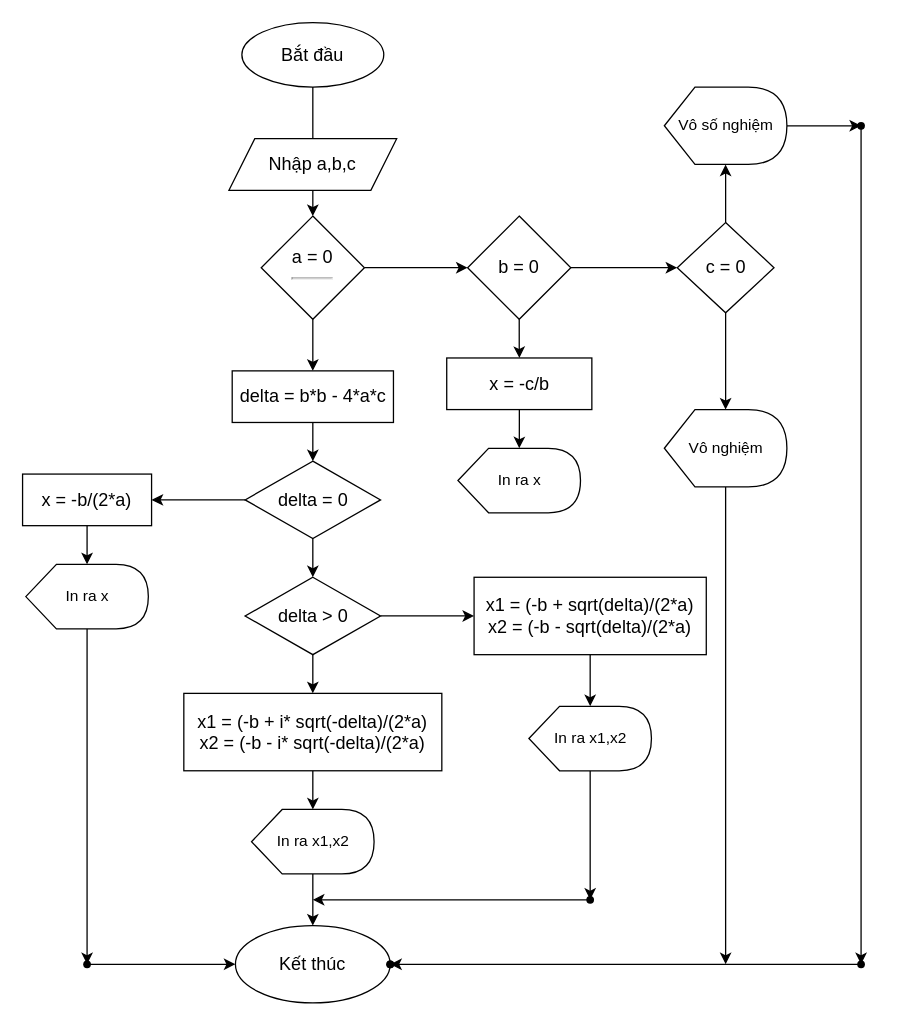
This is Untitled Diagram.drawio from hdtr23/hdtr0, a draw.io file, before an edit. Source tidied: cells renumbered, new cells numbered last; positions are measured from the earlier drawing's top-left corner, leaving out a move shared by most shapes. Both pictures are drawn from the tidied source at 129%, with x=0, y=0 at pixel (22, 22).
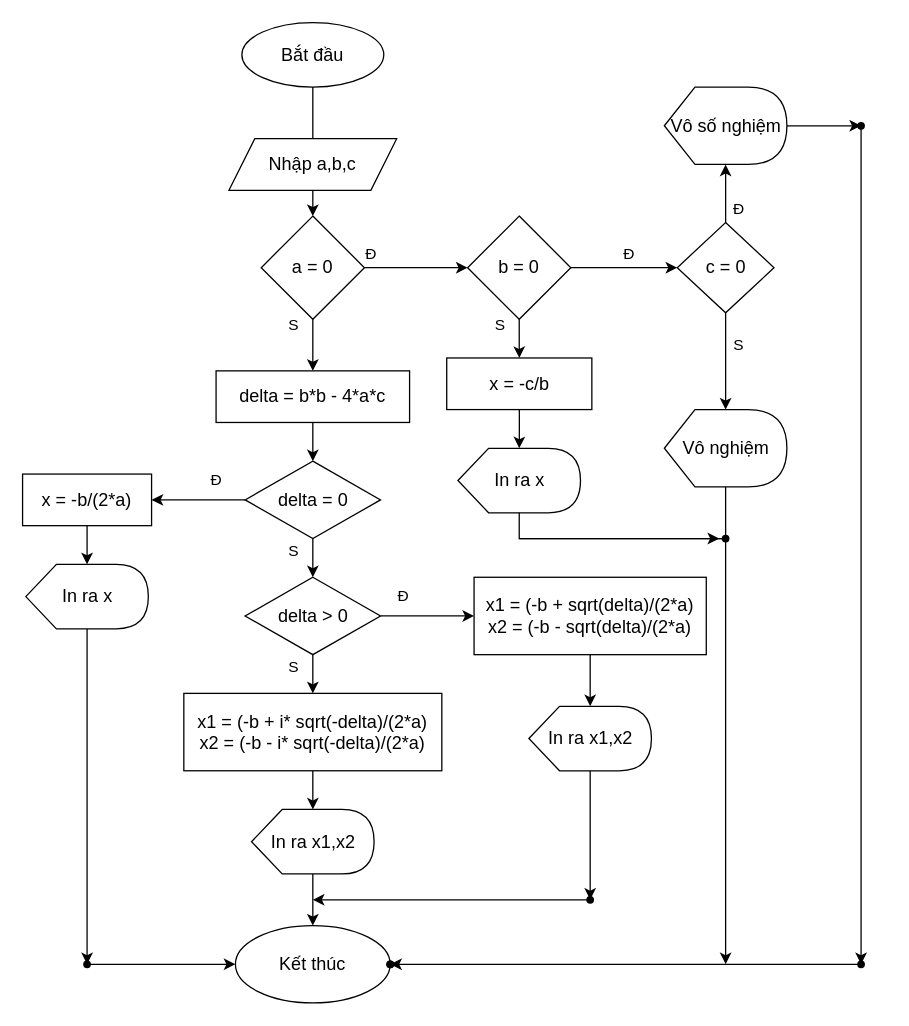
The same page after the edit.

Diff of the diagram source:
```diff
@@
-    <mxCell id="7" value="a = 0&lt;hr id=&quot;null&quot;&gt;" style="rhombus;whiteSpace=wrap;html=1;fontSize=14;" parent="1" vertex="1">
+    <mxCell id="7" value="a = 0" style="rhombus;whiteSpace=wrap;html=1;fontSize=14;" parent="1" vertex="1">
       <mxGeometry x="185" y="150" width="80" height="80" as="geometry" />
     </mxCell>
@@
-    <mxCell id="15" value="Vô số nghiệm" style="shape=display;whiteSpace=wrap;html=1;" parent="1" vertex="1">
+    <mxCell id="15" value="&lt;font style=&quot;font-size: 14px&quot;&gt;Vô số nghiệm&lt;/font&gt;" style="shape=display;whiteSpace=wrap;html=1;" parent="1" vertex="1">
       <mxGeometry x="497.5" y="50" width="95" height="60" as="geometry" />
     </mxCell>
@@
-    <mxCell id="17" style="edgeStyle=orthogonalEdgeStyle;rounded=1;jettySize=auto;html=1;fontSize=14;" parent="1" edge="1" source="18">
+    <mxCell id="17" style="edgeStyle=orthogonalEdgeStyle;rounded=1;jettySize=auto;html=1;fontSize=14;startArrow=none;" parent="1" edge="1" source="55">
       <mxGeometry relative="1" as="geometry">
         <mxPoint x="545" y="730" as="targetPoint" />
       </mxGeometry>
     </mxCell>
-    <mxCell id="18" value="Vô nghiệm" style="shape=display;whiteSpace=wrap;html=1;" parent="1" vertex="1">
+    <mxCell id="18" value="&lt;font style=&quot;font-size: 14px&quot;&gt;Vô nghiệm&lt;/font&gt;" style="shape=display;whiteSpace=wrap;html=1;" parent="1" vertex="1">
       <mxGeometry x="497.5" y="300" width="95" height="60" as="geometry" />
     </mxCell>
@@
     <mxCell id="22" value="delta = b*b - 4*a*c" style="whiteSpace=wrap;html=1;fontSize=14;" parent="1" vertex="1">
-      <mxGeometry x="162.5" y="270" width="125" height="40" as="geometry" />
+      <mxGeometry x="150" y="270" width="150" height="40" as="geometry" />
     </mxCell>
@@
+    <mxCell id="53" style="edgeStyle=orthogonalEdgeStyle;rounded=0;jettySize=auto;html=1;fontSize=14;startArrow=none;" parent="1" edge="1" source="55">
+      <mxGeometry relative="1" as="geometry">
+        <mxPoint x="540" y="400" as="targetPoint" />
+        <Array as="points">
+          <mxPoint x="385" y="400" />
+        </Array>
+      </mxGeometry>
+    </mxCell>
-    <mxCell id="29" value="In ra x" style="shape=display;whiteSpace=wrap;html=1;" parent="1" vertex="1">
+    <mxCell id="29" value="&lt;font style=&quot;font-size: 14px&quot;&gt;In ra x&lt;/font&gt;" style="shape=display;whiteSpace=wrap;html=1;" parent="1" vertex="1">
       <mxGeometry x="337.5" y="330" width="95" height="50" as="geometry" />
     </mxCell>
@@
-    <mxCell id="33" value="In ra x" style="shape=display;whiteSpace=wrap;html=1;" parent="1" vertex="1">
+    <mxCell id="33" value="&lt;font style=&quot;font-size: 14px&quot;&gt;In ra x&lt;/font&gt;" style="shape=display;whiteSpace=wrap;html=1;" parent="1" vertex="1">
       <mxGeometry x="2.5" y="420" width="95" height="50" as="geometry" />
     </mxCell>
@@
-    <mxCell id="37" value="In ra x1,x2" style="shape=display;whiteSpace=wrap;html=1;" parent="1" vertex="1">
+    <mxCell id="37" value="&lt;font style=&quot;font-size: 14px&quot;&gt;In ra x1,x2&lt;/font&gt;" style="shape=display;whiteSpace=wrap;html=1;" parent="1" vertex="1">
       <mxGeometry x="392.5" y="530" width="95" height="50" as="geometry" />
     </mxCell>
@@
-    <mxCell id="41" value="In ra x1,x2" style="shape=display;whiteSpace=wrap;html=1;" parent="1" vertex="1">
+    <mxCell id="41" value="&lt;font style=&quot;font-size: 14px&quot;&gt;In ra x1,x2&lt;/font&gt;" style="shape=display;whiteSpace=wrap;html=1;" parent="1" vertex="1">
       <mxGeometry x="177.5" y="610" width="95" height="50" as="geometry" />
     </mxCell>
@@
+    <mxCell id="54" style="edgeStyle=orthogonalEdgeStyle;rounded=1;jettySize=auto;html=1;fontSize=14;endArrow=none;entryX=0.375;entryY=0.5;entryDx=0;entryDy=0;entryPerimeter=0;" parent="1" edge="1" source="18" target="55">
+      <mxGeometry relative="1" as="geometry" />
+    </mxCell>
+    <mxCell id="55" style="shape=waypoint;sketch=0;size=6;points=[];fillColor=none;perimeter=centerPerimeter;snapToPoint=1;fontSize=14;" parent="1" vertex="1">
+      <mxGeometry x="525" y="380" width="40" height="40" as="geometry" />
+    </mxCell>
+    <mxCell id="56" style="edgeStyle=orthogonalEdgeStyle;rounded=0;jettySize=auto;html=1;fontSize=14;endArrow=none;" parent="1" edge="1" source="29" target="55">
+      <mxGeometry relative="1" as="geometry">
+        <Array as="points">
+          <mxPoint x="385" y="400" />
+        </Array>
+      </mxGeometry>
+    </mxCell>
+    <mxCell id="57" value="Đ" style="text;html=1;align=center;verticalAlign=middle;strokeColor=none;fillColor=none;" parent="1" vertex="1">
+      <mxGeometry x="260" y="170" width="20" height="20" as="geometry" />
+    </mxCell>
+    <mxCell id="58" value="S" style="text;html=1;align=center;verticalAlign=middle;strokeColor=none;fillColor=none;" parent="1" vertex="1">
+      <mxGeometry x="200" y="225" width="20" height="20" as="geometry" />
+    </mxCell>
+    <mxCell id="59" value="S" style="text;html=1;align=center;verticalAlign=middle;strokeColor=none;fillColor=none;" parent="1" vertex="1">
+      <mxGeometry x="360" y="225" width="20" height="20" as="geometry" />
+    </mxCell>
+    <mxCell id="60" value="Đ" style="text;html=1;align=center;verticalAlign=middle;strokeColor=none;fillColor=none;" parent="1" vertex="1">
+      <mxGeometry x="460" y="170" width="20" height="20" as="geometry" />
+    </mxCell>
+    <mxCell id="61" value="Đ" style="text;html=1;align=center;verticalAlign=middle;strokeColor=none;fillColor=none;" parent="1" vertex="1">
+      <mxGeometry x="545" y="135" width="20" height="20" as="geometry" />
+    </mxCell>
+    <mxCell id="62" value="S" style="text;html=1;align=center;verticalAlign=middle;strokeColor=none;fillColor=none;" parent="1" vertex="1">
+      <mxGeometry x="545" y="240" width="20" height="20" as="geometry" />
+    </mxCell>
+    <mxCell id="63" value="Đ" style="text;html=1;align=center;verticalAlign=middle;strokeColor=none;fillColor=none;" parent="1" vertex="1">
+      <mxGeometry x="140" y="345" width="20" height="20" as="geometry" />
+    </mxCell>
+    <mxCell id="64" value="S" style="text;html=1;align=center;verticalAlign=middle;strokeColor=none;fillColor=none;" parent="1" vertex="1">
+      <mxGeometry x="200" y="400" width="20" height="20" as="geometry" />
+    </mxCell>
+    <mxCell id="65" value="Đ" style="text;html=1;align=center;verticalAlign=middle;strokeColor=none;fillColor=none;" parent="1" vertex="1">
+      <mxGeometry x="285" y="435" width="20" height="20" as="geometry" />
+    </mxCell>
+    <mxCell id="66" value="S" style="text;html=1;align=center;verticalAlign=middle;strokeColor=none;fillColor=none;" parent="1" vertex="1">
+      <mxGeometry x="200" y="490" width="20" height="20" as="geometry" />
+    </mxCell>
```
